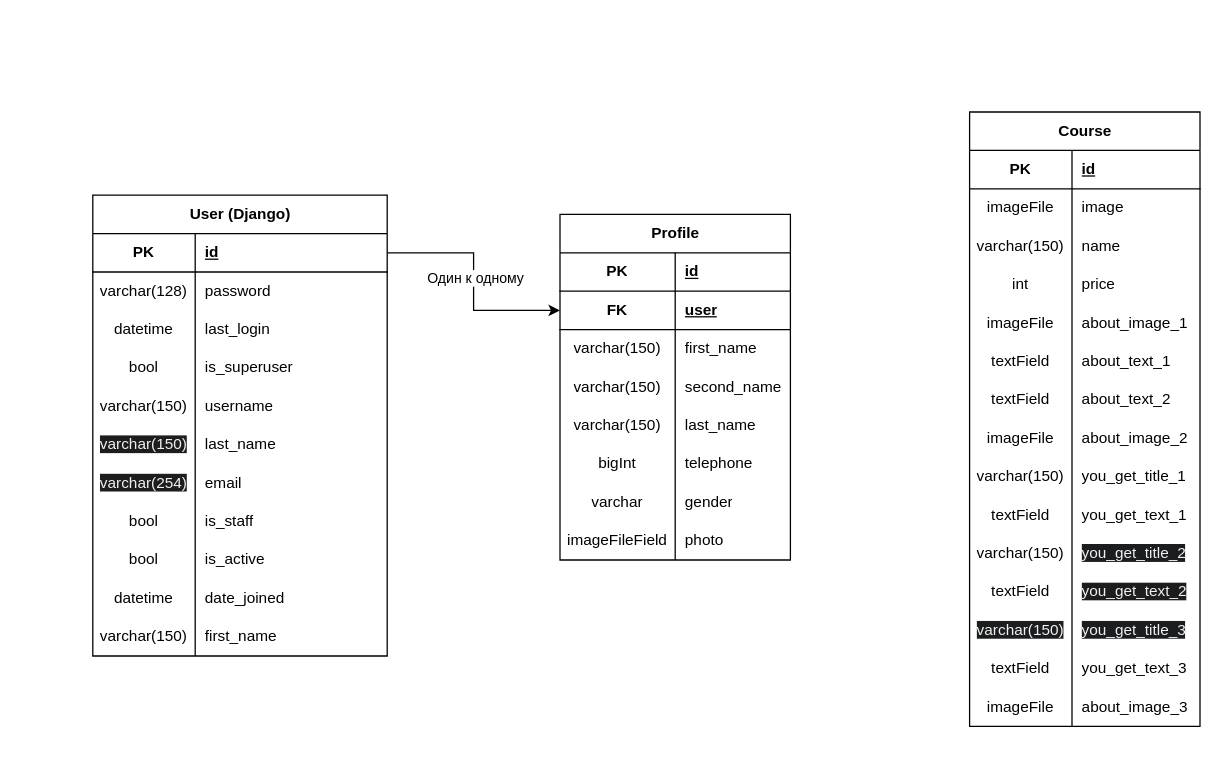
Above: database_tables_diagram.drawio in Rade16/All-in-school-React (draw.io), before the change. Source tidied: cells renumbered, new cells numbered last; positions are measured from the earlier drawing's top-left corner, leaving out a move shared by most shapes. Both pictures are drawn from the tidied source at 128%, with x=0, y=0 at pixel (92, 111).
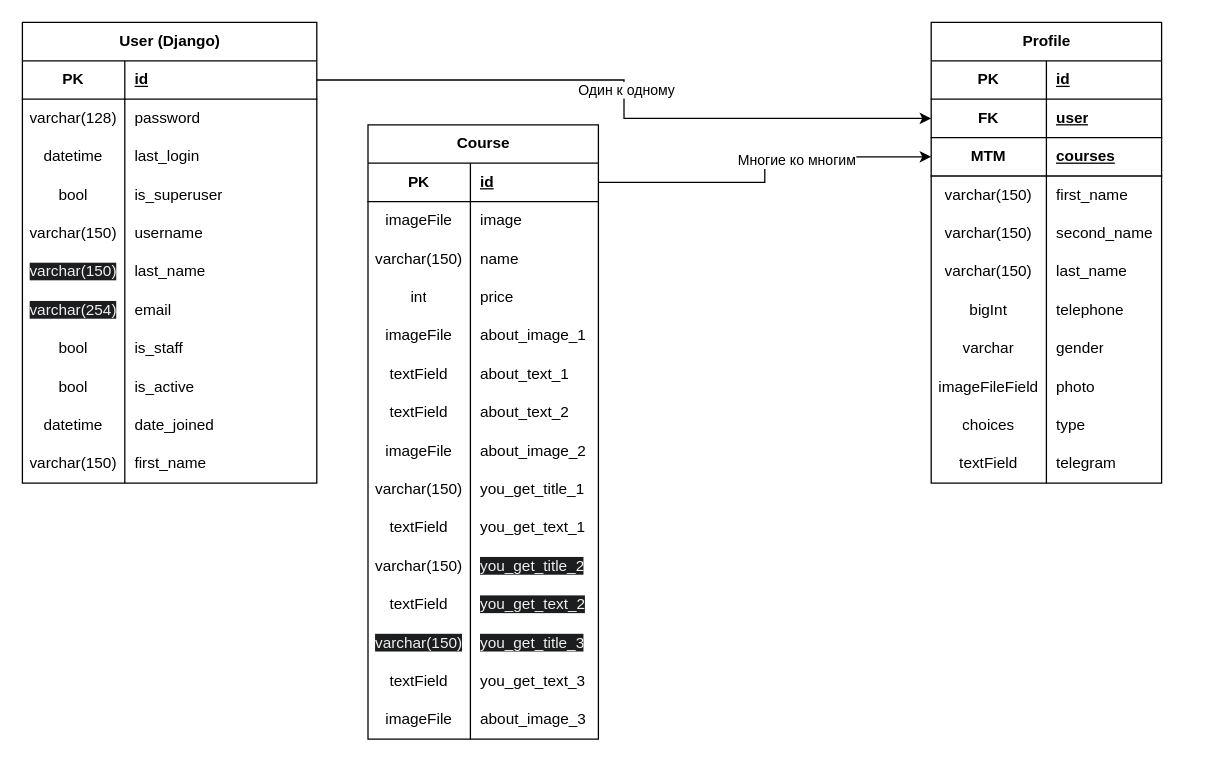
The same diagram, later.

Unchanged cells that the change refers to:
```xml
<mxCell id="64" style="shape=tableRow;horizontal=0;startSize=0;swimlaneHead=0;swimlaneBody=0;fillColor=none;points=[[0,0.5],[1,0.5]];portConstraint=eastwest;top=0;left=0;right=0;bottom=1;" parent="63" vertex="1">
  <mxGeometry y="30" width="180" height="30" as="geometry" />
</mxCell>
```

The edit, as a diff of the source:
```diff
@@
     <mxCell id="2" value="User (Django)" style="shape=table;startSize=30;childLayout=tableLayout;rowLines=0;fontStyle=1;align=center;html=1;" parent="1" vertex="1">
-      <mxGeometry y="65" width="230" height="360" as="geometry" />
+      <mxGeometry x="-55" y="-70" width="230" height="360" as="geometry" />
     </mxCell>
@@
     <mxCell id="36" value="Profile" style="shape=table;startSize=30;childLayout=tableLayout;rowLines=0;fontStyle=1;align=center;html=1;" parent="1" vertex="1">
-      <mxGeometry x="365" y="80" width="180" height="270" as="geometry" />
+      <mxGeometry x="655" y="-70" width="180" height="360" as="geometry" />
     </mxCell>
@@
+    <mxCell id="109" style="shape=tableRow;horizontal=0;startSize=0;swimlaneHead=0;swimlaneBody=0;fillColor=none;points=[[0,0.5],[1,0.5]];portConstraint=eastwest;top=0;left=0;right=0;bottom=1;" parent="36" vertex="1">
+      <mxGeometry y="90" width="180" height="30" as="geometry" />
+    </mxCell>
+    <mxCell id="110" value="MTM" style="shape=partialRectangle;fillColor=none;top=0;left=0;bottom=0;right=0;fontStyle=1;overflow=hidden;whiteSpace=wrap;html=1;" parent="109" vertex="1">
+      <mxGeometry width="90" height="30" as="geometry" />
+    </mxCell>
+    <mxCell id="111" value="courses" style="shape=partialRectangle;fillColor=none;top=0;left=0;bottom=0;right=0;align=left;spacingLeft=6;fontStyle=5;overflow=hidden;whiteSpace=wrap;html=1;" parent="109" vertex="1">
+      <mxGeometry x="90" width="90" height="30" as="geometry" />
+    </mxCell>
     <mxCell id="43" style="shape=tableRow;horizontal=0;startSize=0;swimlaneHead=0;swimlaneBody=0;fillColor=none;top=0;left=0;right=0;bottom=0;" parent="36" vertex="1">
-      <mxGeometry y="90" width="180" height="30" as="geometry" />
+      <mxGeometry y="120" width="180" height="30" as="geometry" />
     </mxCell>
@@
     <mxCell id="46" style="shape=tableRow;horizontal=0;startSize=0;swimlaneHead=0;swimlaneBody=0;fillColor=none;top=0;left=0;right=0;bottom=0;" parent="36" vertex="1">
-      <mxGeometry y="120" width="180" height="30" as="geometry" />
+      <mxGeometry y="150" width="180" height="30" as="geometry" />
     </mxCell>
@@
     <mxCell id="49" style="shape=tableRow;horizontal=0;startSize=0;swimlaneHead=0;swimlaneBody=0;fillColor=none;top=0;left=0;right=0;bottom=0;" parent="36" vertex="1">
-      <mxGeometry y="150" width="180" height="30" as="geometry" />
+      <mxGeometry y="180" width="180" height="30" as="geometry" />
     </mxCell>
@@
     <mxCell id="52" style="shape=tableRow;horizontal=0;startSize=0;swimlaneHead=0;swimlaneBody=0;fillColor=none;top=0;left=0;right=0;bottom=0;" parent="36" vertex="1">
-      <mxGeometry y="180" width="180" height="30" as="geometry" />
+      <mxGeometry y="210" width="180" height="30" as="geometry" />
     </mxCell>
@@
     <mxCell id="55" style="shape=tableRow;horizontal=0;startSize=0;swimlaneHead=0;swimlaneBody=0;fillColor=none;top=0;left=0;right=0;bottom=0;" parent="36" vertex="1">
-      <mxGeometry y="210" width="180" height="30" as="geometry" />
+      <mxGeometry y="240" width="180" height="30" as="geometry" />
     </mxCell>
@@
     <mxCell id="58" style="shape=tableRow;horizontal=0;startSize=0;swimlaneHead=0;swimlaneBody=0;fillColor=none;top=0;left=0;right=0;bottom=0;" parent="36" vertex="1">
-      <mxGeometry y="240" width="180" height="30" as="geometry" />
+      <mxGeometry y="270" width="180" height="30" as="geometry" />
     </mxCell>
@@
+    <mxCell id="112" style="shape=tableRow;horizontal=0;startSize=0;swimlaneHead=0;swimlaneBody=0;fillColor=none;top=0;left=0;right=0;bottom=0;" parent="36" vertex="1">
+      <mxGeometry y="300" width="180" height="30" as="geometry" />
+    </mxCell>
+    <mxCell id="113" value="choices" style="shape=partialRectangle;fillColor=none;top=0;left=0;bottom=0;right=0;overflow=hidden;whiteSpace=wrap;html=1;" parent="112" vertex="1">
+      <mxGeometry width="90" height="30" as="geometry" />
+    </mxCell>
+    <mxCell id="114" value="type" style="shape=partialRectangle;fillColor=none;top=0;left=0;bottom=0;right=0;align=left;spacingLeft=6;overflow=hidden;whiteSpace=wrap;html=1;" parent="112" vertex="1">
+      <mxGeometry x="90" width="90" height="30" as="geometry" />
+    </mxCell>
+    <mxCell id="115" style="shape=tableRow;horizontal=0;startSize=0;swimlaneHead=0;swimlaneBody=0;fillColor=none;top=0;left=0;right=0;bottom=0;" parent="36" vertex="1">
+      <mxGeometry y="330" width="180" height="30" as="geometry" />
+    </mxCell>
+    <mxCell id="116" value="textField" style="shape=partialRectangle;fillColor=none;top=0;left=0;bottom=0;right=0;overflow=hidden;whiteSpace=wrap;html=1;" parent="115" vertex="1">
+      <mxGeometry width="90" height="30" as="geometry" />
+    </mxCell>
+    <mxCell id="117" value="telegram" style="shape=partialRectangle;fillColor=none;top=0;left=0;bottom=0;right=0;align=left;spacingLeft=6;overflow=hidden;whiteSpace=wrap;html=1;" parent="115" vertex="1">
+      <mxGeometry x="90" width="90" height="30" as="geometry" />
+    </mxCell>
@@
     <mxCell id="63" value="Course" style="shape=table;startSize=30;childLayout=tableLayout;rowLines=0;fontStyle=1;align=center;html=1;" parent="1" vertex="1">
-      <mxGeometry x="685" width="180" height="480" as="geometry" />
+      <mxGeometry x="215" y="10" width="180" height="480" as="geometry" />
     </mxCell>
@@
+    <mxCell id="118" style="edgeStyle=orthogonalEdgeStyle;rounded=0;jettySize=auto;html=1;exitX=1;exitY=0.5;exitDx=0;exitDy=0;entryX=0;entryY=0.5;entryDx=0;entryDy=0;" parent="1" edge="1" source="64" target="109">
+      <mxGeometry relative="1" as="geometry" />
+    </mxCell>
+    <mxCell id="119" value="Многие ко многим" style="edgeLabel;html=1;align=center;verticalAlign=middle;" parent="118" vertex="1">
+      <mxGeometry x="0.24" y="-2" relative="1" as="geometry" />
+    </mxCell>
```
